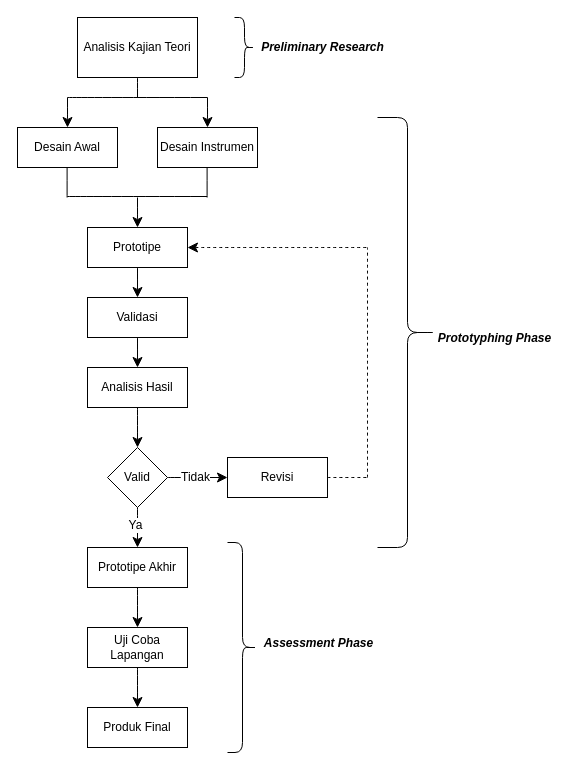
ayutresna/ayutresna.github.io keeps this draw.io diagram as Untitled Diagram.drawio. Above is the earlier version. Source tidied: cells renumbered, new cells numbered last; positions are measured from the earlier drawing's top-left corner, leaving out a move shared by most shapes. Both pictures are drawn from the tidied source at 100%, with x=0, y=0 at pixel (17, 17).
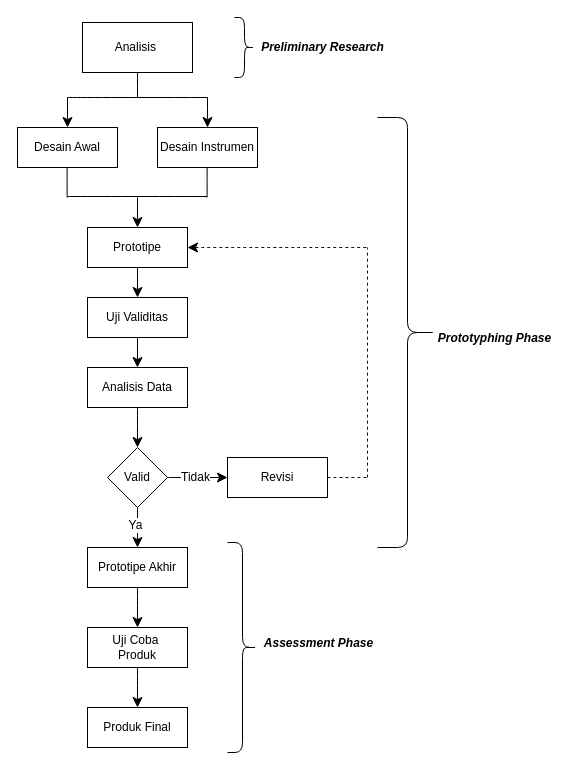
The same page after the edit.

Change to the diagram source:
```diff
@@
-    <mxCell id="3" value="Analisis Kajian Teori" style="rounded=0;whiteSpace=wrap;html=1;" parent="1" vertex="1">
-      <mxGeometry x="60" width="120" height="60" as="geometry" />
+    <mxCell id="3" value="Analisis&amp;nbsp;" style="rounded=0;whiteSpace=wrap;html=1;" parent="1" vertex="1">
+      <mxGeometry x="65" y="5" width="110" height="50" as="geometry" />
     </mxCell>
@@
-    <mxCell id="13" value="Validasi" style="rounded=0;whiteSpace=wrap;html=1;" parent="1" vertex="1">
+    <mxCell id="13" value="Uji Validitas" style="rounded=0;whiteSpace=wrap;html=1;" parent="1" vertex="1">
       <mxGeometry x="70" y="280" width="100" height="40" as="geometry" />
     </mxCell>
@@
-    <mxCell id="15" value="Analisis Hasil" style="rounded=0;whiteSpace=wrap;html=1;" parent="1" vertex="1">
+    <mxCell id="15" value="Analisis Data" style="rounded=0;whiteSpace=wrap;html=1;" parent="1" vertex="1">
       <mxGeometry x="70" y="350" width="100" height="40" as="geometry" />
     </mxCell>
@@
-    <mxCell id="25" value="Uji Coba Lapangan" style="rounded=0;whiteSpace=wrap;html=1;" parent="1" vertex="1">
+    <mxCell id="25" value="Uji Coba&amp;nbsp;&lt;div&gt;Produk&lt;/div&gt;" style="rounded=0;whiteSpace=wrap;html=1;" parent="1" vertex="1">
       <mxGeometry x="70" y="610" width="100" height="40" as="geometry" />
     </mxCell>
```
